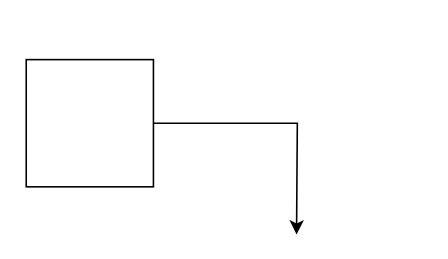
The draw.io diagram img/Untitled Diagram.drawio in JustinMa972/ImageHosting, before the edit. Source tidied: cells renumbered, new cells numbered last; positions are measured from the earlier drawing's top-left corner, leaving out a move shared by most shapes. Both pictures are drawn from the tidied source at 159%, with x=0, y=0 at pixel (25, 59).
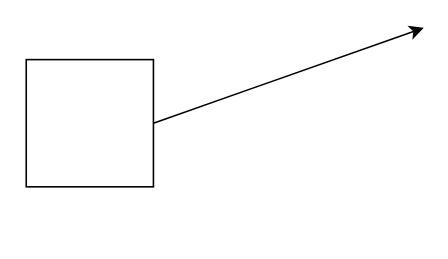
The same page after the edit.

The edit, as a diff of the source:
```diff
@@
 <mxGraphModel>
   <root>
     <mxCell id="0" />
     <mxCell id="1" parent="0" />
-    <mxCell id="2" style="edgeStyle=orthogonalEdgeStyle;rounded=0;jettySize=auto;html=1;exitX=1;exitY=0.5;exitDx=0;exitDy=0;" parent="1" edge="1" source="3">
+    <mxCell id="2" style="rounded=0;jettySize=auto;html=1;exitX=1;exitY=0.5;exitDx=0;exitDy=0;" parent="1" edge="1" source="3">
       <mxGeometry relative="1" as="geometry">
-        <mxPoint x="170" y="110" as="targetPoint" />
+        <mxPoint x="250" y="-20" as="targetPoint" />
       </mxGeometry>
     </mxCell>
     <mxCell id="3" style="whiteSpace=wrap;html=1;" parent="1" vertex="1">
       <mxGeometry width="80" height="80" as="geometry" />
     </mxCell>
   </root>
 </mxGraphModel>
```
